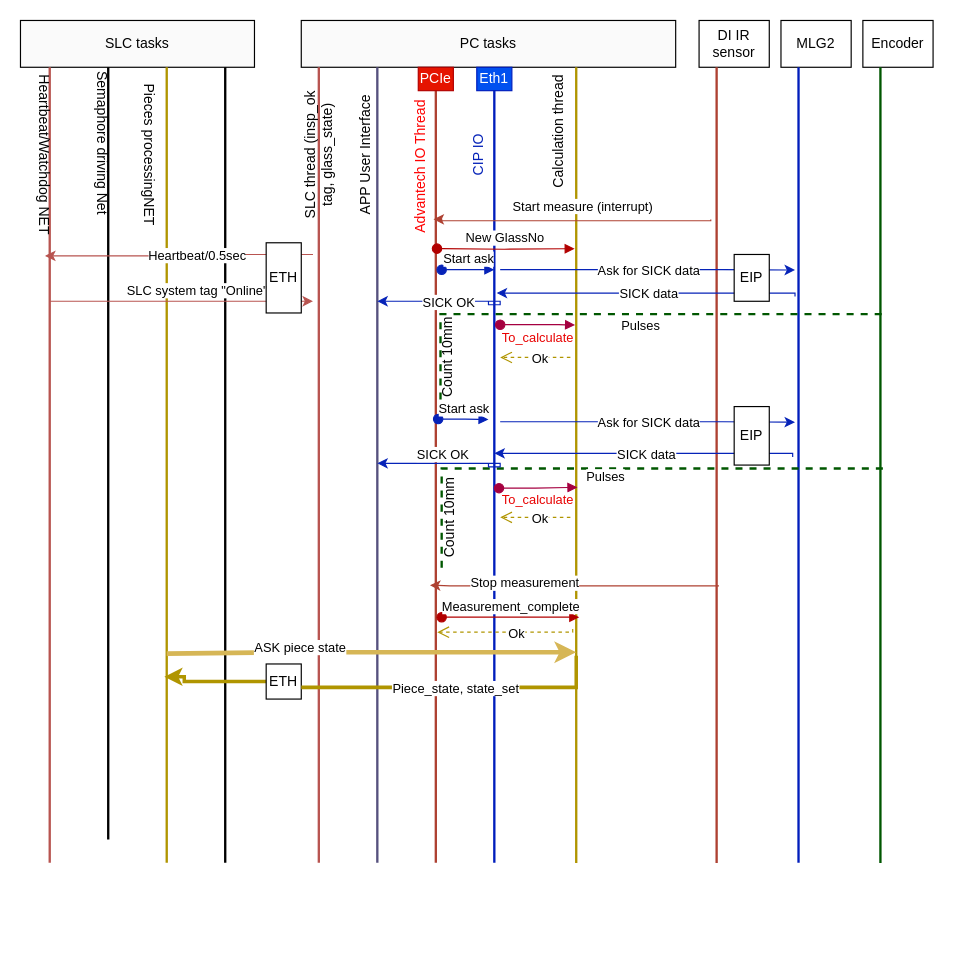
This is page "High Level SEQ chart" (4 of 9) of Inspection Platform Dataflow.drawio from megavad/Diagrams, a draw.io file, before an edit. Source tidied: cells renumbered, new cells numbered last; positions are measured from the earlier drawing's top-left corner, leaving out a move shared by most shapes. Both pictures are drawn from the tidied source at 117%, with x=0, y=0 at pixel (-50, 20).
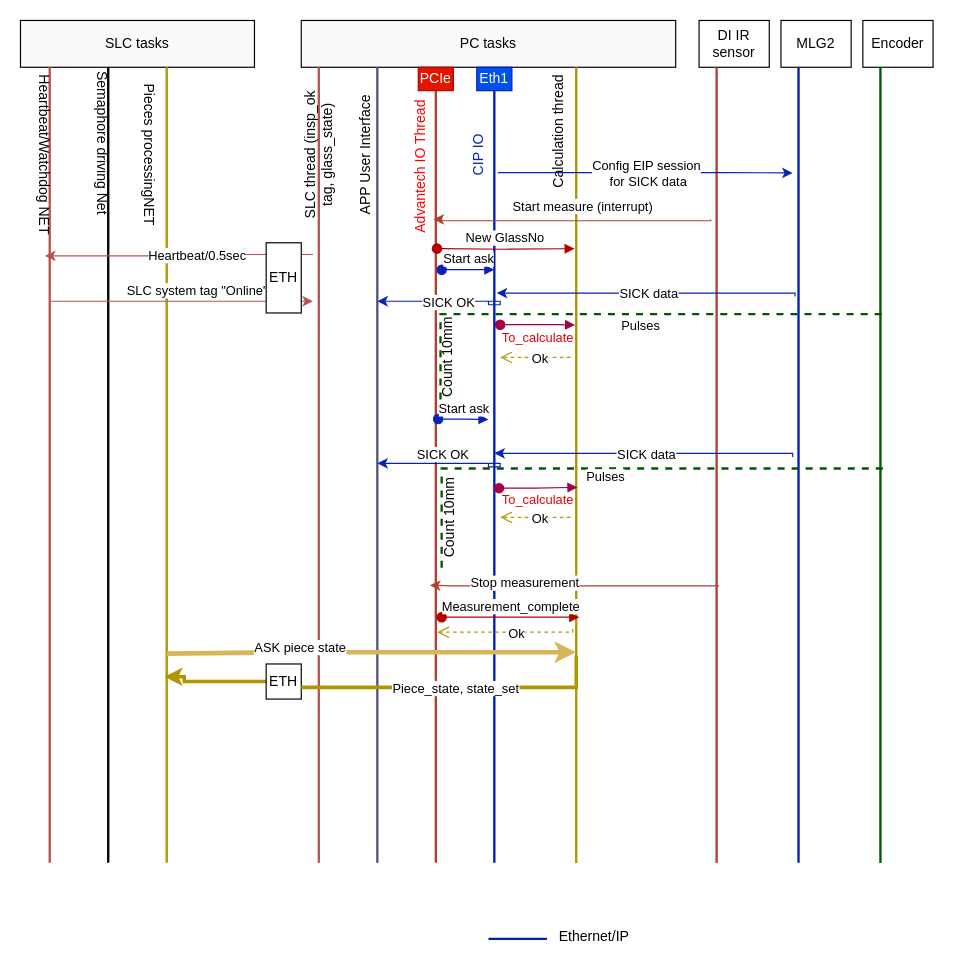
After the change.

Change to the diagram source:
```diff
@@
     <mxCell id="4" style="line;strokeWidth=2;direction=south;html=1;fillColor=#FAFAFA;" parent="1" vertex="1">
-      <mxGeometry x="130" y="40" width="10" height="660" as="geometry" />
+      <mxGeometry x="130" y="40" width="10" height="680" as="geometry" />
     </mxCell>
@@
-    <mxCell id="6" style="line;strokeWidth=2;direction=south;html=1;fillColor=#FAFAFA;" parent="1" vertex="1">
-      <mxGeometry x="230" y="40" width="10" height="680" as="geometry" />
-    </mxCell>
@@
-    <mxCell id="25" style="endArrow=classic;html=1;rounded=0;edgeStyle=orthogonalEdgeStyle;fillColor=#f8cecc;strokeColor=#0623B8;entryX=0.074;entryY=0.8;entryDx=0;entryDy=0;entryPerimeter=0;" parent="1" edge="1">
-      <mxGeometry relative="1" as="geometry">
-        <mxPoint x="470" y="213" as="sourcePoint" />
-        <mxPoint x="722" y="213.3" as="targetPoint" />
-        <Array as="points">
-          <mxPoint x="660" y="213" />
-          <mxPoint x="660" y="213" />
-        </Array>
-      </mxGeometry>
-    </mxCell>
-    <mxCell id="26" value="Ask for SICK data" style="edgeLabel;html=1;align=center;verticalAlign=middle;fillColor=#FAFAFA;" parent="25" vertex="1">
-      <mxGeometry relative="1" as="geometry" />
-    </mxCell>
@@
-    <mxCell id="32" style="endArrow=classic;html=1;rounded=0;edgeStyle=orthogonalEdgeStyle;fillColor=#f8cecc;strokeColor=#0623B8;entryX=0.074;entryY=0.8;entryDx=0;entryDy=0;entryPerimeter=0;" parent="1" edge="1">
-      <mxGeometry relative="1" as="geometry">
-        <mxPoint x="470" y="343" as="sourcePoint" />
-        <mxPoint x="722" y="343.3" as="targetPoint" />
-        <Array as="points">
-          <mxPoint x="660" y="343" />
-          <mxPoint x="660" y="343" />
-        </Array>
-      </mxGeometry>
-    </mxCell>
-    <mxCell id="33" value="Ask for SICK data" style="edgeLabel;html=1;align=center;verticalAlign=middle;fillColor=#FAFAFA;" parent="32" vertex="1">
-      <mxGeometry relative="1" as="geometry" />
-    </mxCell>
@@
-    <mxCell id="66" value="EIP" style="rounded=0;whiteSpace=wrap;html=1;fontColor=#030303;fillColor=#FFFFFF;" parent="1" vertex="1">
-      <mxGeometry x="670" y="200" width="30" height="40" as="geometry" />
-    </mxCell>
-    <mxCell id="67" value="EIP" style="rounded=0;whiteSpace=wrap;html=1;fontColor=#030303;fillColor=#FFFFFF;" parent="1" vertex="1">
-      <mxGeometry x="670" y="330" width="30" height="50" as="geometry" />
-    </mxCell>
@@
+    <mxCell id="25" style="endArrow=classic;html=1;rounded=0;edgeStyle=orthogonalEdgeStyle;fillColor=#f8cecc;strokeColor=#0623B8;entryX=0.074;entryY=0.8;entryDx=0;entryDy=0;entryPerimeter=0;" parent="1" edge="1">
+      <mxGeometry relative="1" as="geometry">
+        <mxPoint x="468" y="130" as="sourcePoint" />
+        <mxPoint x="720" y="130.3" as="targetPoint" />
+        <Array as="points">
+          <mxPoint x="658" y="130" />
+          <mxPoint x="658" y="130" />
+        </Array>
+      </mxGeometry>
+    </mxCell>
+    <mxCell id="26" value="Config EIP session&lt;div&gt;&amp;nbsp;for SICK data&lt;/div&gt;" style="edgeLabel;html=1;align=center;verticalAlign=middle;fillColor=#FAFAFA;" parent="25" vertex="1">
+      <mxGeometry relative="1" as="geometry" />
+    </mxCell>
+    <mxCell id="73" style="line;strokeWidth=2;direction=west;html=1;fillColor=#0050ef;strokeColor=#001DBC;fontColor=#ffffff;" parent="1" vertex="1">
+      <mxGeometry x="460" y="780" width="50" height="10" as="geometry" />
+    </mxCell>
+    <mxCell id="74" value="Ethernet/IP" style="text;html=1;align=center;verticalAlign=middle;strokeColor=none;fillColor=none;" parent="1" vertex="1">
+      <mxGeometry x="510" y="768" width="80" height="30" as="geometry" />
+    </mxCell>
```
